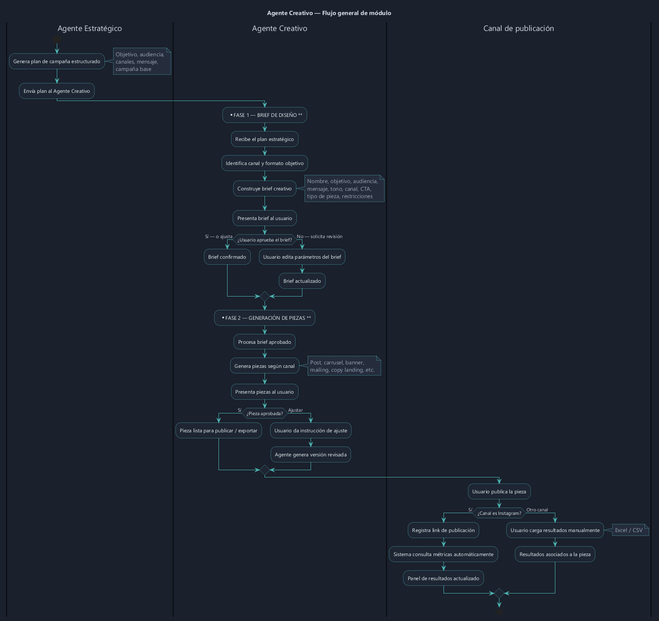
Before: agent/assets/img/diagramas/agente-creativo-fases.png, a diagram exported from PlantUML (sedibuc/documentacion_cintel).
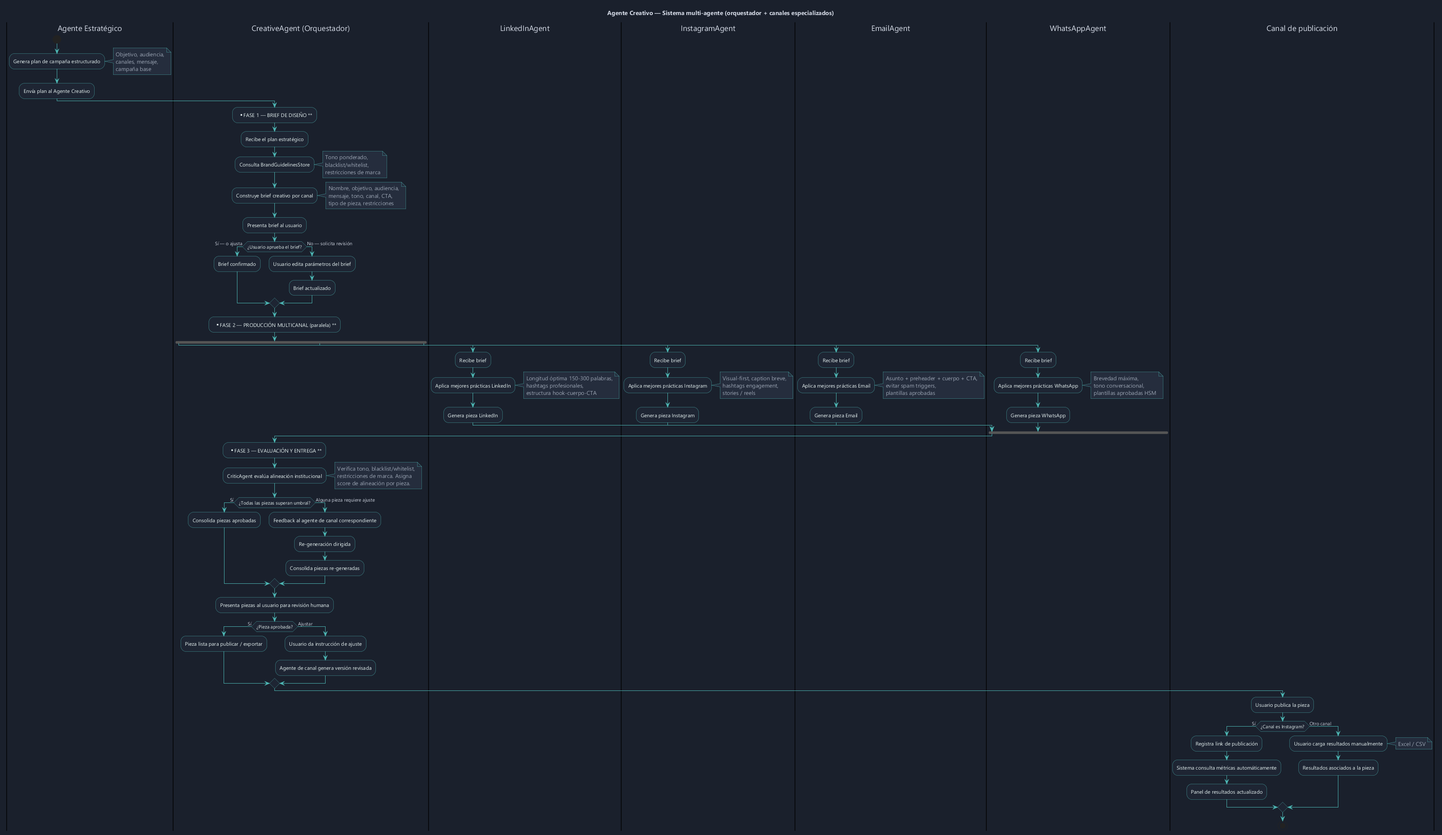
After the commit.

Change to the diagram source:
```diff
@@ -12,7 +12,7 @@
 skinparam partitionBackgroundColor #161b27
 skinparam partitionBorderColor #4db8b5
 
-title Agente Creativo — Flujo general de módulo
+title Agente Creativo — Sistema multi-agente (orquestador + canales especializados)
 
 |Agente Estratégico|
 start
@@ -24,11 +24,16 @@
 end note
 :Envía plan al Agente Creativo;
 
-|Agente Creativo|
+|CreativeAgent (Orquestador)|
 :** FASE 1 — BRIEF DE DISEÑO **;
 :Recibe el plan estratégico;
-:Identifica canal y formato objetivo;
-:Construye brief creativo;
+:Consulta BrandGuidelinesStore;
+note right
+  Tono ponderado,
+  blacklist/whitelist,
+  restricciones de marca
+end note
+:Construye brief creativo por canal;
 note right
   Nombre, objetivo, audiencia,
   mensaje, tono, canal, CTA,
@@ -42,19 +47,70 @@
   :Brief actualizado;
 endif
 
-:** FASE 2 — GENERACIÓN DE PIEZAS **;
-:Procesa brief aprobado;
-:Genera piezas según canal;
+:** FASE 2 — PRODUCCIÓN MULTICANAL (paralela) **;
+fork
+  |LinkedInAgent|
+  :Recibe brief;
+  :Aplica mejores prácticas LinkedIn;
+  note right
+    Longitud óptima 150-300 palabras,
+    hashtags profesionales,
+    estructura hook-cuerpo-CTA
+  end note
+  :Genera pieza LinkedIn;
+fork again
+  |InstagramAgent|
+  :Recibe brief;
+  :Aplica mejores prácticas Instagram;
+  note right
+    Visual-first, caption breve,
+    hashtags engagement,
+    stories / reels
+  end note
+  :Genera pieza Instagram;
+fork again
+  |EmailAgent|
+  :Recibe brief;
+  :Aplica mejores prácticas Email;
+  note right
+    Asunto + preheader + cuerpo + CTA,
+    evitar spam triggers,
+    plantillas aprobadas
+  end note
+  :Genera pieza Email;
+fork again
+  |WhatsAppAgent|
+  :Recibe brief;
+  :Aplica mejores prácticas WhatsApp;
+  note right
+    Brevedad máxima,
+    tono conversacional,
+    plantillas aprobadas HSM
+  end note
+  :Genera pieza WhatsApp;
+end fork
+
+|CreativeAgent (Orquestador)|
+:** FASE 3 — EVALUACIÓN Y ENTREGA **;
+:CriticAgent evalúa alineación institucional;
 note right
-  Post, carrusel, banner,
-  mailing, copy landing, etc.
+  Verifica tono, blacklist/whitelist,
+  restricciones de marca. Asigna
+  score de alineación por pieza.
 end note
-:Presenta piezas al usuario;
+if (¿Todas las piezas superan umbral?) then (Sí)
+  :Consolida piezas aprobadas;
+else (Alguna pieza requiere ajuste)
+  :Feedback al agente de canal correspondiente;
+  :Re-generación dirigida;
+  :Consolida piezas re-generadas;
+endif
+:Presenta piezas al usuario para revisión humana;
 if (¿Pieza aprobada?) then (Sí)
   :Pieza lista para publicar / exportar;
 else (Ajustar)
   :Usuario da instrucción de ajuste;
-  :Agente genera versión revisada;
+  :Agente de canal genera versión revisada;
 endif
 
 |Canal de publicación|
```
